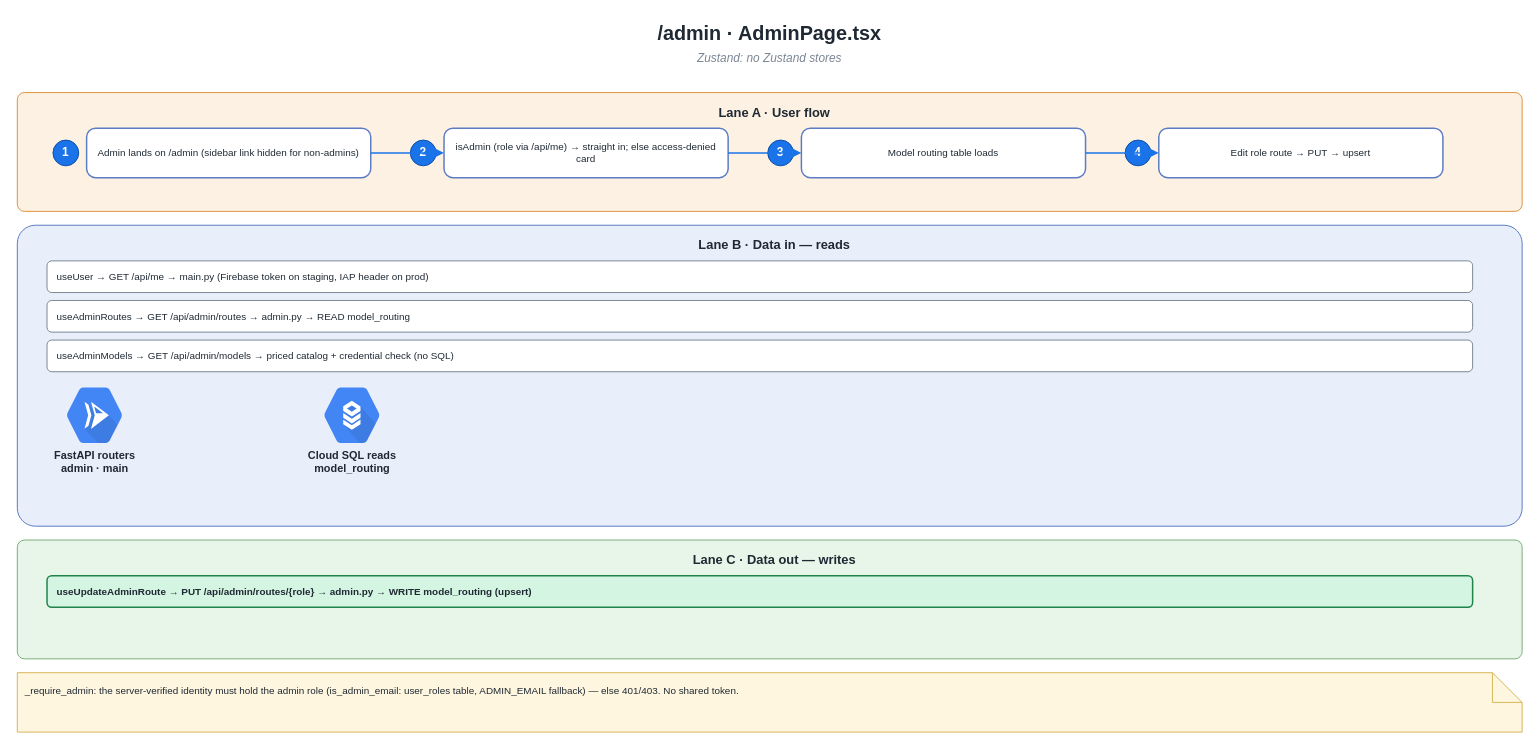
This is page "13 · Admin" (14 of 15) of Frontend-icons.drawio from TeneikaAskew/solyra, a draw.io file, before an edit. Source tidied: cells renumbered, new cells numbered last; positions are measured from the earlier drawing's top-left corner, leaving out a move shared by most shapes. Both pictures are drawn from the tidied source at 99%, with x=0, y=0 at pixel (17, 17).
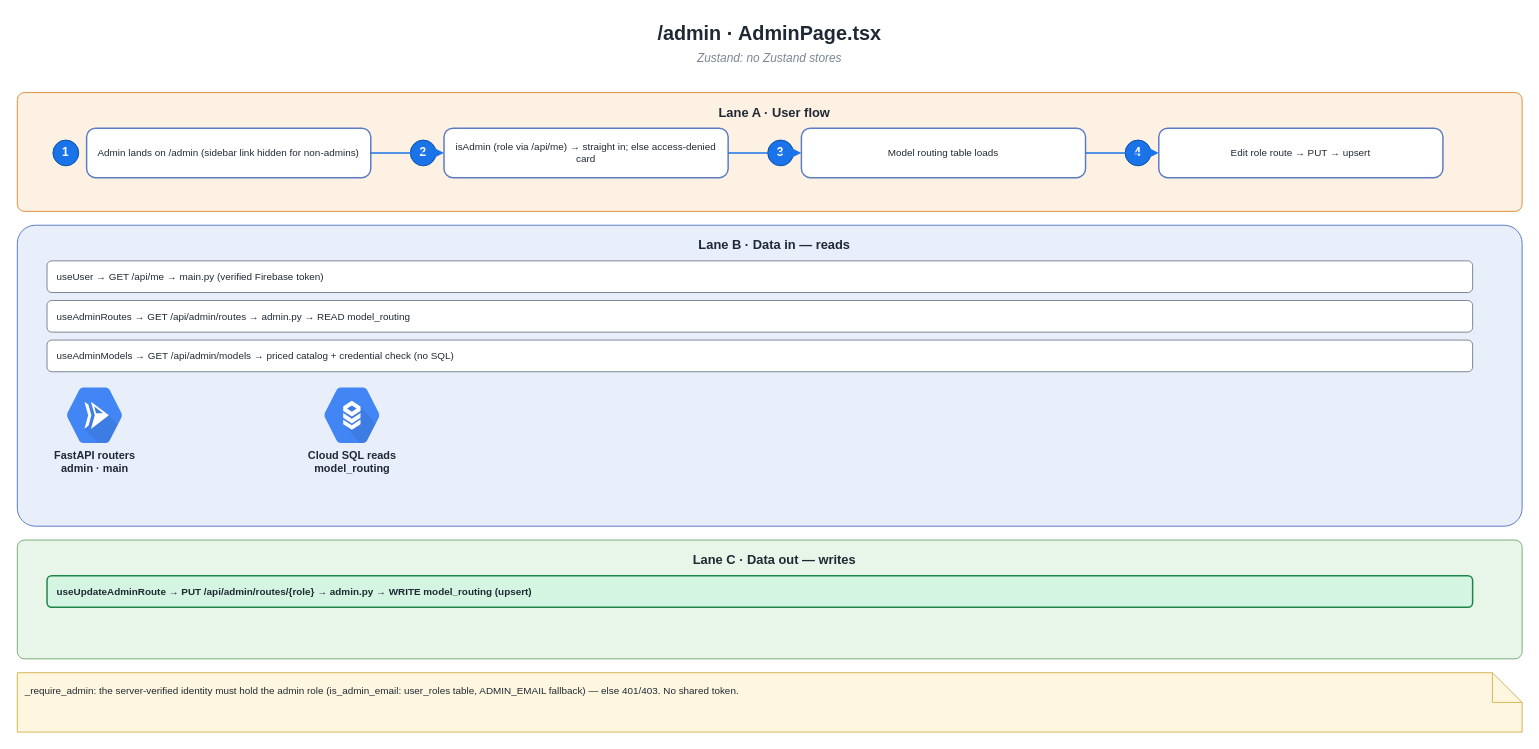
The same page after the edit.

Change to the diagram source:
```diff
@@
-    <mxCell id="17" value="useUser → GET /api/me → main.py (Firebase token on staging, IAP header on prod)" style="rounded=1;whiteSpace=wrap;html=1;fillColor=#ffffff;strokeColor=#7b8794;fontSize=10;align=left;verticalAlign=middle;spacingLeft=8;fontColor=#1f2933;" parent="1" vertex="1">
+    <mxCell id="17" value="useUser → GET /api/me → main.py (verified Firebase token)" style="rounded=1;whiteSpace=wrap;html=1;fillColor=#ffffff;strokeColor=#7b8794;fontSize=10;align=left;verticalAlign=middle;spacingLeft=8;fontColor=#1f2933;" parent="1" vertex="1">
       <mxGeometry x="30" y="246" width="1440" height="32" as="geometry" />
     </mxCell>
```
